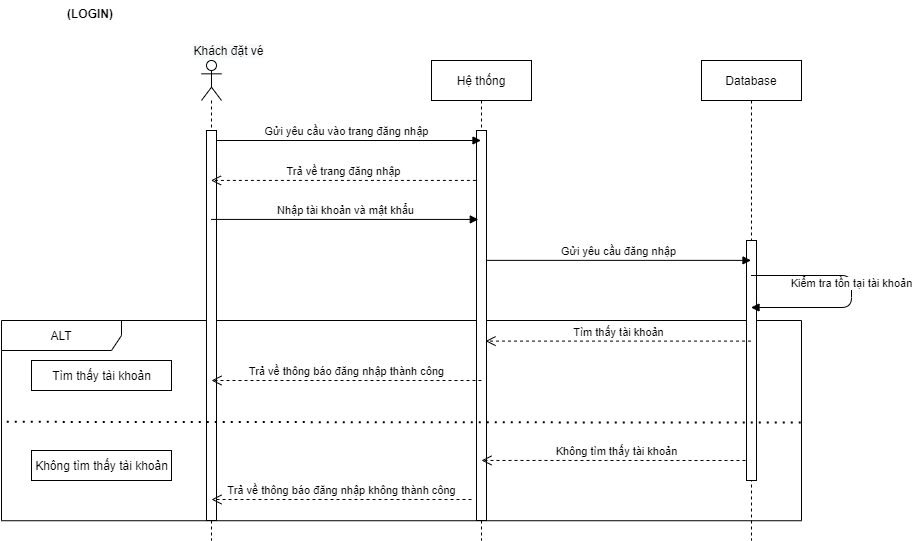
The draw.io diagram Report/SequenceDiagram/Khách_Đăng nhập.png in baolongnguyenmac/CinemaManagementSystem, before a commit. Source tidied: cells renumbered, new cells last; positions are measured from the earlier drawing's top-left corner, leaving out a move shared by most shapes.
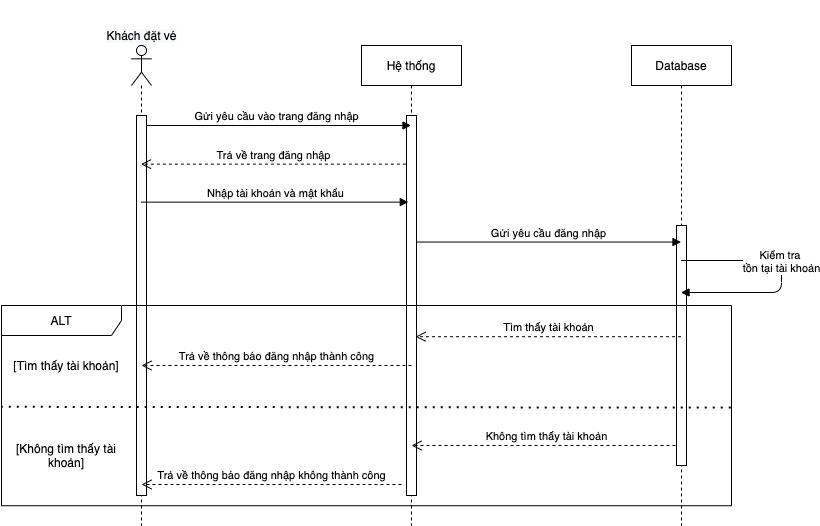
After the change.

Change to the diagram source:
```diff
@@ -2,28 +2,26 @@
   <root>
     <mxCell id="0" />
     <mxCell id="1" parent="0" />
-    <mxCell id="2" value="ALT" style="shape=umlFrame;whiteSpace=wrap;html=1;width=120;height=30;swimlaneFillColor=none;" parent="1" vertex="1">
-      <mxGeometry y="320" width="800" height="200.2" as="geometry" />
-    </mxCell>
     <mxCell id="3" value="Hệ thống" style="shape=umlLifeline;perimeter=lifelinePerimeter;rounded=0;shadow=0;strokeWidth=1;" parent="1" vertex="1">
       <mxGeometry x="430" y="60" width="100" height="480" as="geometry" />
     </mxCell>
     <mxCell id="4" style="rounded=0;whiteSpace=wrap;html=1;shadow=0;glass=0;sketch=0;gradientColor=none;align=center;" parent="3" vertex="1">
-      <mxGeometry x="45" y="70" width="10" height="390" as="geometry" />
+      <mxGeometry x="45" y="70" width="10" height="380" as="geometry" />
     </mxCell>
     <mxCell id="5" value="Database" style="shape=umlLifeline;perimeter=lifelinePerimeter;rounded=0;shadow=0;strokeWidth=1;size=40;" parent="1" vertex="1">
       <mxGeometry x="700" y="60" width="100" height="480" as="geometry" />
     </mxCell>
-    <mxCell id="6" value="Không tìm thấy tài khoản" style="html=1;verticalAlign=bottom;endArrow=open;dashed=1;endSize=8;entryX=0.5;entryY=0.846;entryDx=0;entryDy=0;entryPerimeter=0;" parent="5" edge="1" target="4">
+    <mxCell id="6" value="Không tìm thấy tài khoản" style="html=1;verticalAlign=bottom;endArrow=open;dashed=1;endSize=8;" parent="5" edge="1">
       <mxGeometry relative="1" as="geometry">
         <mxPoint x="50" y="400" as="sourcePoint" />
+        <mxPoint x="-220" y="400" as="targetPoint" />
       </mxGeometry>
     </mxCell>
     <mxCell id="7" style="rounded=0;whiteSpace=wrap;html=1;shadow=0;glass=0;sketch=0;gradientColor=none;align=center;" parent="5" vertex="1">
       <mxGeometry x="45" y="180" width="10" height="240" as="geometry" />
     </mxCell>
     <mxCell id="8" value="&#10;&#10;&lt;span style=&quot;color: rgb(0, 0, 0); font-family: helvetica; font-size: 12px; font-style: normal; font-weight: 400; letter-spacing: normal; text-align: center; text-indent: 0px; text-transform: none; word-spacing: 0px; background-color: rgb(248, 249, 250); display: inline; float: none;&quot;&gt;Khách đặt vé&lt;/span&gt;&#10;&#10;" style="text;html=1;strokeColor=none;fillColor=none;align=center;verticalAlign=middle;whiteSpace=wrap;rounded=0;" parent="1" vertex="1">
-      <mxGeometry x="190" y="40" width="75" height="20" as="geometry" />
+      <mxGeometry x="172.5" y="40" width="75" height="20" as="geometry" />
     </mxCell>
     <mxCell id="9" style="shape=umlLifeline;participant=umlActor;perimeter=lifelinePerimeter;whiteSpace=wrap;html=1;verticalAlign=top;spacingTop=36;outlineConnect=0;rounded=0;glass=0;sketch=0;shadow=0;" parent="1" vertex="1">
       <mxGeometry x="200" y="60" width="20" height="480" as="geometry" />
@@ -34,7 +32,7 @@
       </mxGeometry>
     </mxCell>
     <mxCell id="11" style="rounded=0;whiteSpace=wrap;html=1;shadow=0;glass=0;sketch=0;gradientColor=none;align=center;" parent="9" vertex="1">
-      <mxGeometry x="5" y="70" width="10" height="390" as="geometry" />
+      <mxGeometry x="5" y="70" width="10" height="380" as="geometry" />
     </mxCell>
     <mxCell id="12" value="Nhập tài khoản và mật khẩu" style="html=1;verticalAlign=bottom;endArrow=block;entryX=0.18;entryY=0.228;entryDx=0;entryDy=0;entryPerimeter=0;" parent="1" edge="1" source="9" target="4">
       <mxGeometry relative="1" as="geometry" />
@@ -45,8 +43,11 @@
     <mxCell id="14" value="Gửi yêu cầu đăng nhập" style="html=1;verticalAlign=bottom;endArrow=block;exitX=0.98;exitY=0.333;exitDx=0;exitDy=0;exitPerimeter=0;" parent="1" edge="1" source="4" target="5">
       <mxGeometry relative="1" as="geometry" />
     </mxCell>
-    <mxCell id="15" value="Tìm thấy tài khoản" style="html=1;verticalAlign=bottom;endArrow=open;dashed=1;endSize=8;entryX=0.9;entryY=0.54;entryDx=0;entryDy=0;entryPerimeter=0;" parent="1" edge="1" source="5" target="4">
-      <mxGeometry relative="1" as="geometry" />
+    <mxCell id="15" value="Tìm thấy tài khoản" style="html=1;verticalAlign=bottom;endArrow=open;dashed=1;endSize=8;entryX=0.9;entryY=0.54;entryDx=0;entryDy=0;entryPerimeter=0;" parent="1" edge="1">
+      <mxGeometry relative="1" as="geometry">
+        <mxPoint x="749.5" y="351.2" as="sourcePoint" />
+        <mxPoint x="484" y="351.2" as="targetPoint" />
+      </mxGeometry>
     </mxCell>
     <mxCell id="16" value="Trả về thông báo đăng nhập thành công" style="html=1;verticalAlign=bottom;endArrow=open;dashed=1;endSize=8;" parent="1" edge="1">
       <mxGeometry relative="1" as="geometry">
@@ -63,16 +64,7 @@
         <mxPoint x="210" y="499" as="targetPoint" />
       </mxGeometry>
     </mxCell>
-    <mxCell id="19" value="Tìm thấy tài khoản" style="html=1;gradientColor=none;" parent="1" vertex="1">
-      <mxGeometry x="30" y="360" width="140" height="30" as="geometry" />
-    </mxCell>
-    <mxCell id="20" value="Không tìm thấy tài khoản" style="html=1;gradientColor=none;" parent="1" vertex="1">
-      <mxGeometry x="30" y="450" width="140" height="30" as="geometry" />
-    </mxCell>
-    <mxCell id="21" value="(LOGIN)" style="text;align=center;fontStyle=1;verticalAlign=middle;spacingLeft=3;spacingRight=3;strokeColor=none;rounded=0;shadow=0;glass=0;sketch=0;gradientColor=none;" parent="1" vertex="1">
-      <mxGeometry x="49" width="80" height="26" as="geometry" />
-    </mxCell>
-    <mxCell id="22" value="Kiểm tra tồn tại tài khoản" style="html=1;verticalAlign=bottom;endArrow=block;" parent="1" edge="1" source="5" target="5">
+    <mxCell id="22" value="Kiểm tra &lt;br&gt;tồn tại tài khoản" style="html=1;verticalAlign=bottom;endArrow=block;" parent="1" edge="1" source="5" target="5">
       <mxGeometry relative="1" as="geometry">
         <Array as="points">
           <mxPoint x="850" y="275" />
@@ -80,5 +72,14 @@
         </Array>
       </mxGeometry>
     </mxCell>
+    <mxCell id="23" value="&lt;span&gt;[Tìm thấy tài khoản]&lt;/span&gt;" style="text;html=1;strokeColor=none;fillColor=none;align=center;verticalAlign=middle;whiteSpace=wrap;rounded=0;" parent="1" vertex="1">
+      <mxGeometry x="80" y="370" width="110" height="20" as="geometry" />
+    </mxCell>
+    <mxCell id="24" value="&lt;span&gt;[Không tìm thấy tài khoản]&lt;/span&gt;" style="text;html=1;strokeColor=none;fillColor=none;align=center;verticalAlign=middle;whiteSpace=wrap;rounded=0;" parent="1" vertex="1">
+      <mxGeometry x="80" y="460" width="110" height="20" as="geometry" />
+    </mxCell>
+    <mxCell id="2" value="ALT" style="shape=umlFrame;whiteSpace=wrap;html=1;width=120;height=30;swimlaneFillColor=none;" parent="1" vertex="1">
+      <mxGeometry x="70" y="320" width="730" height="200.2" as="geometry" />
+    </mxCell>
   </root>
 </mxGraphModel>
```
